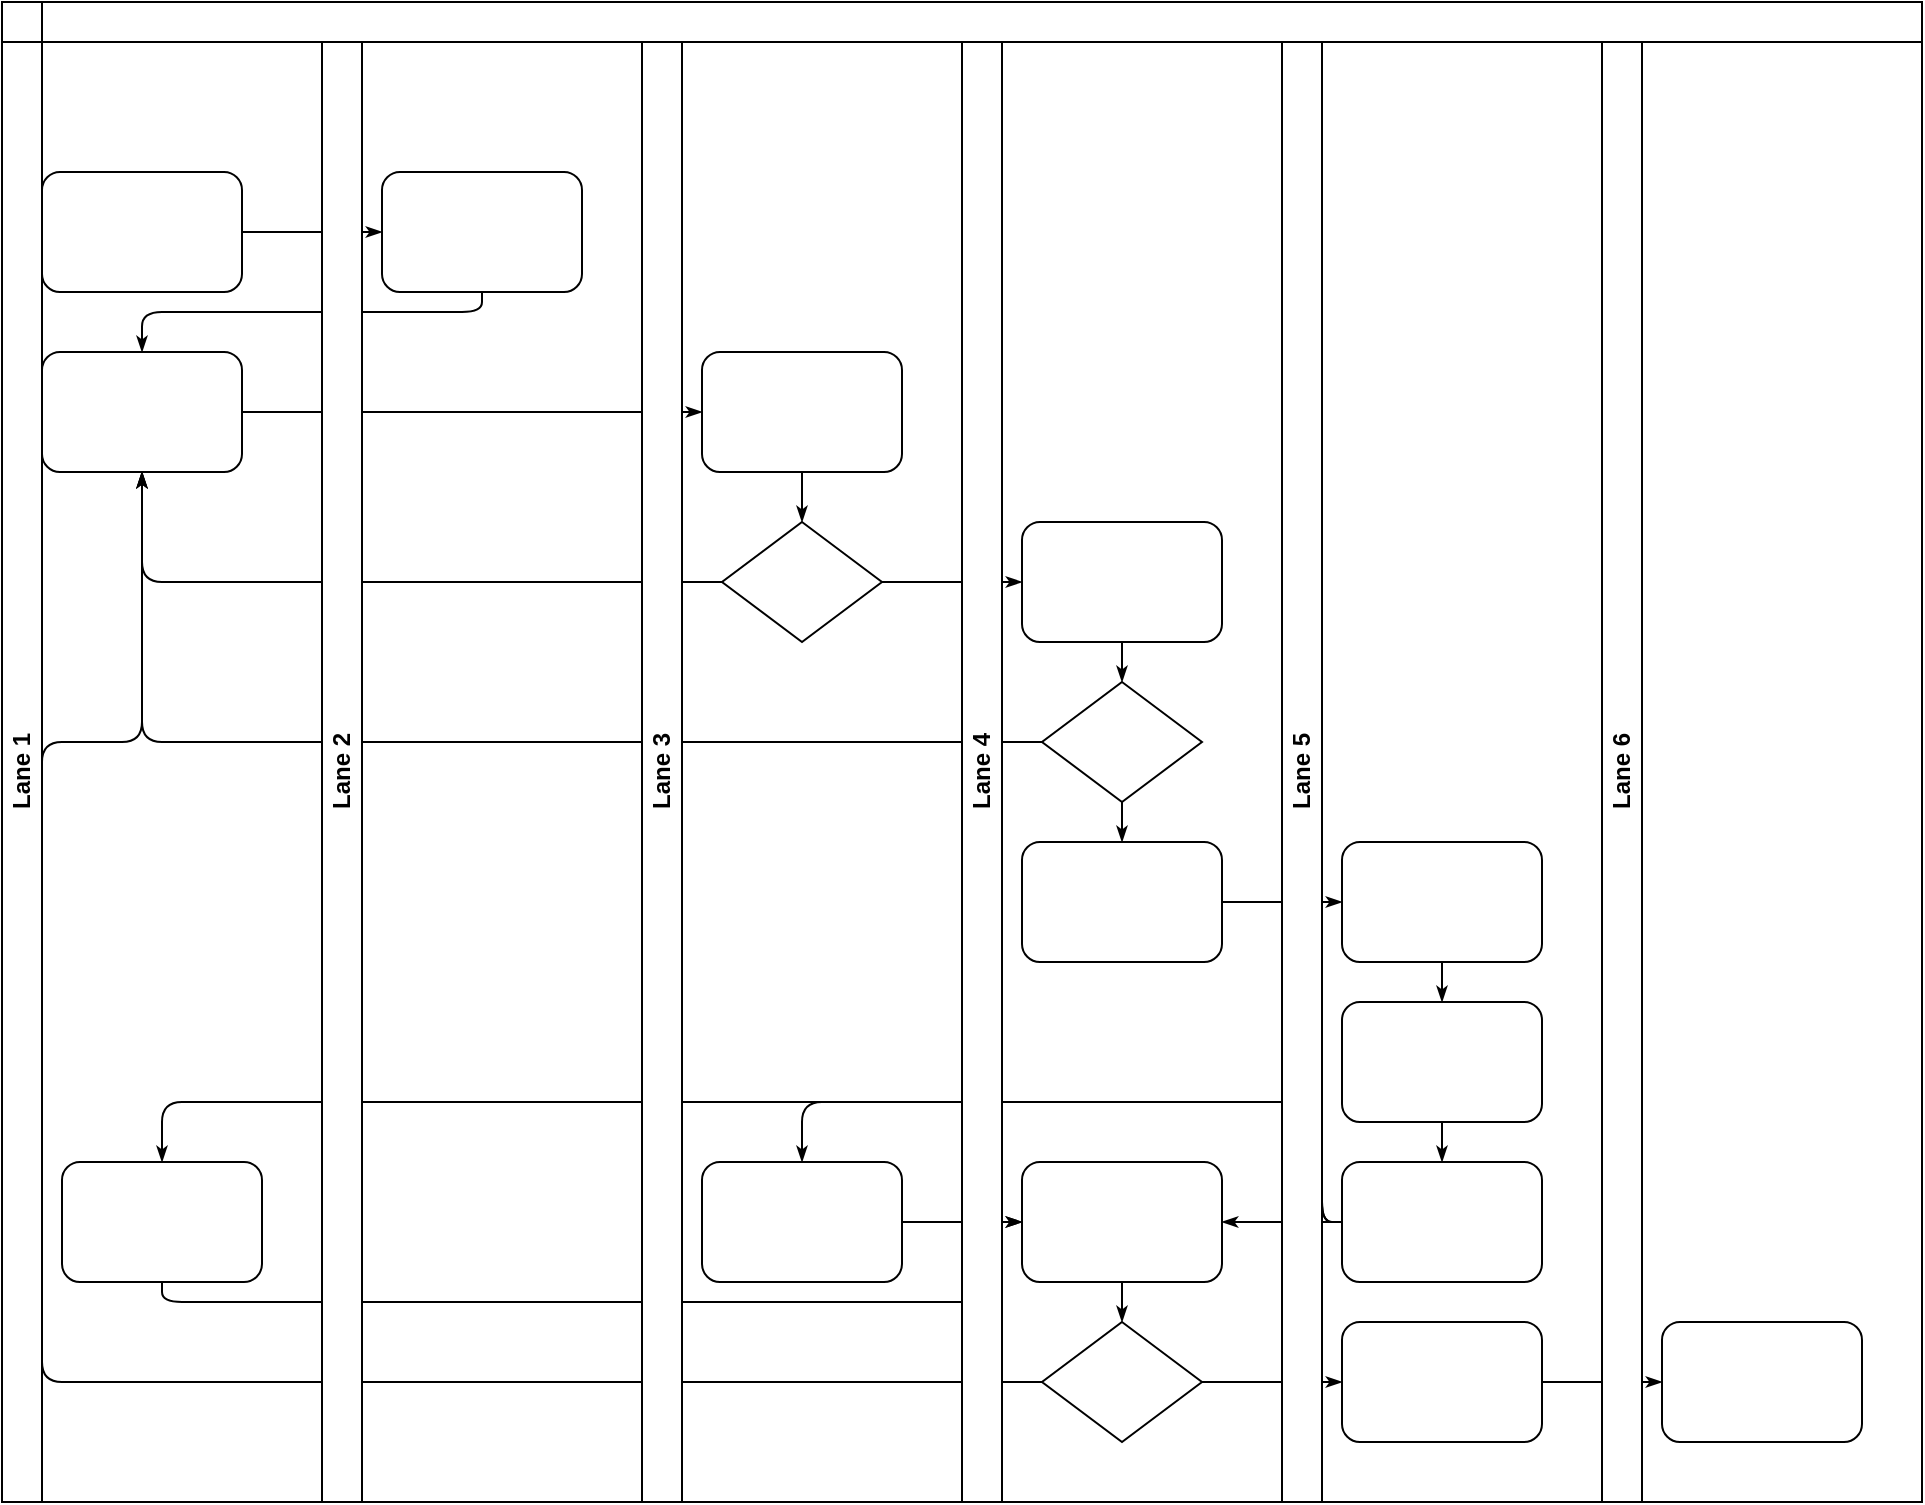
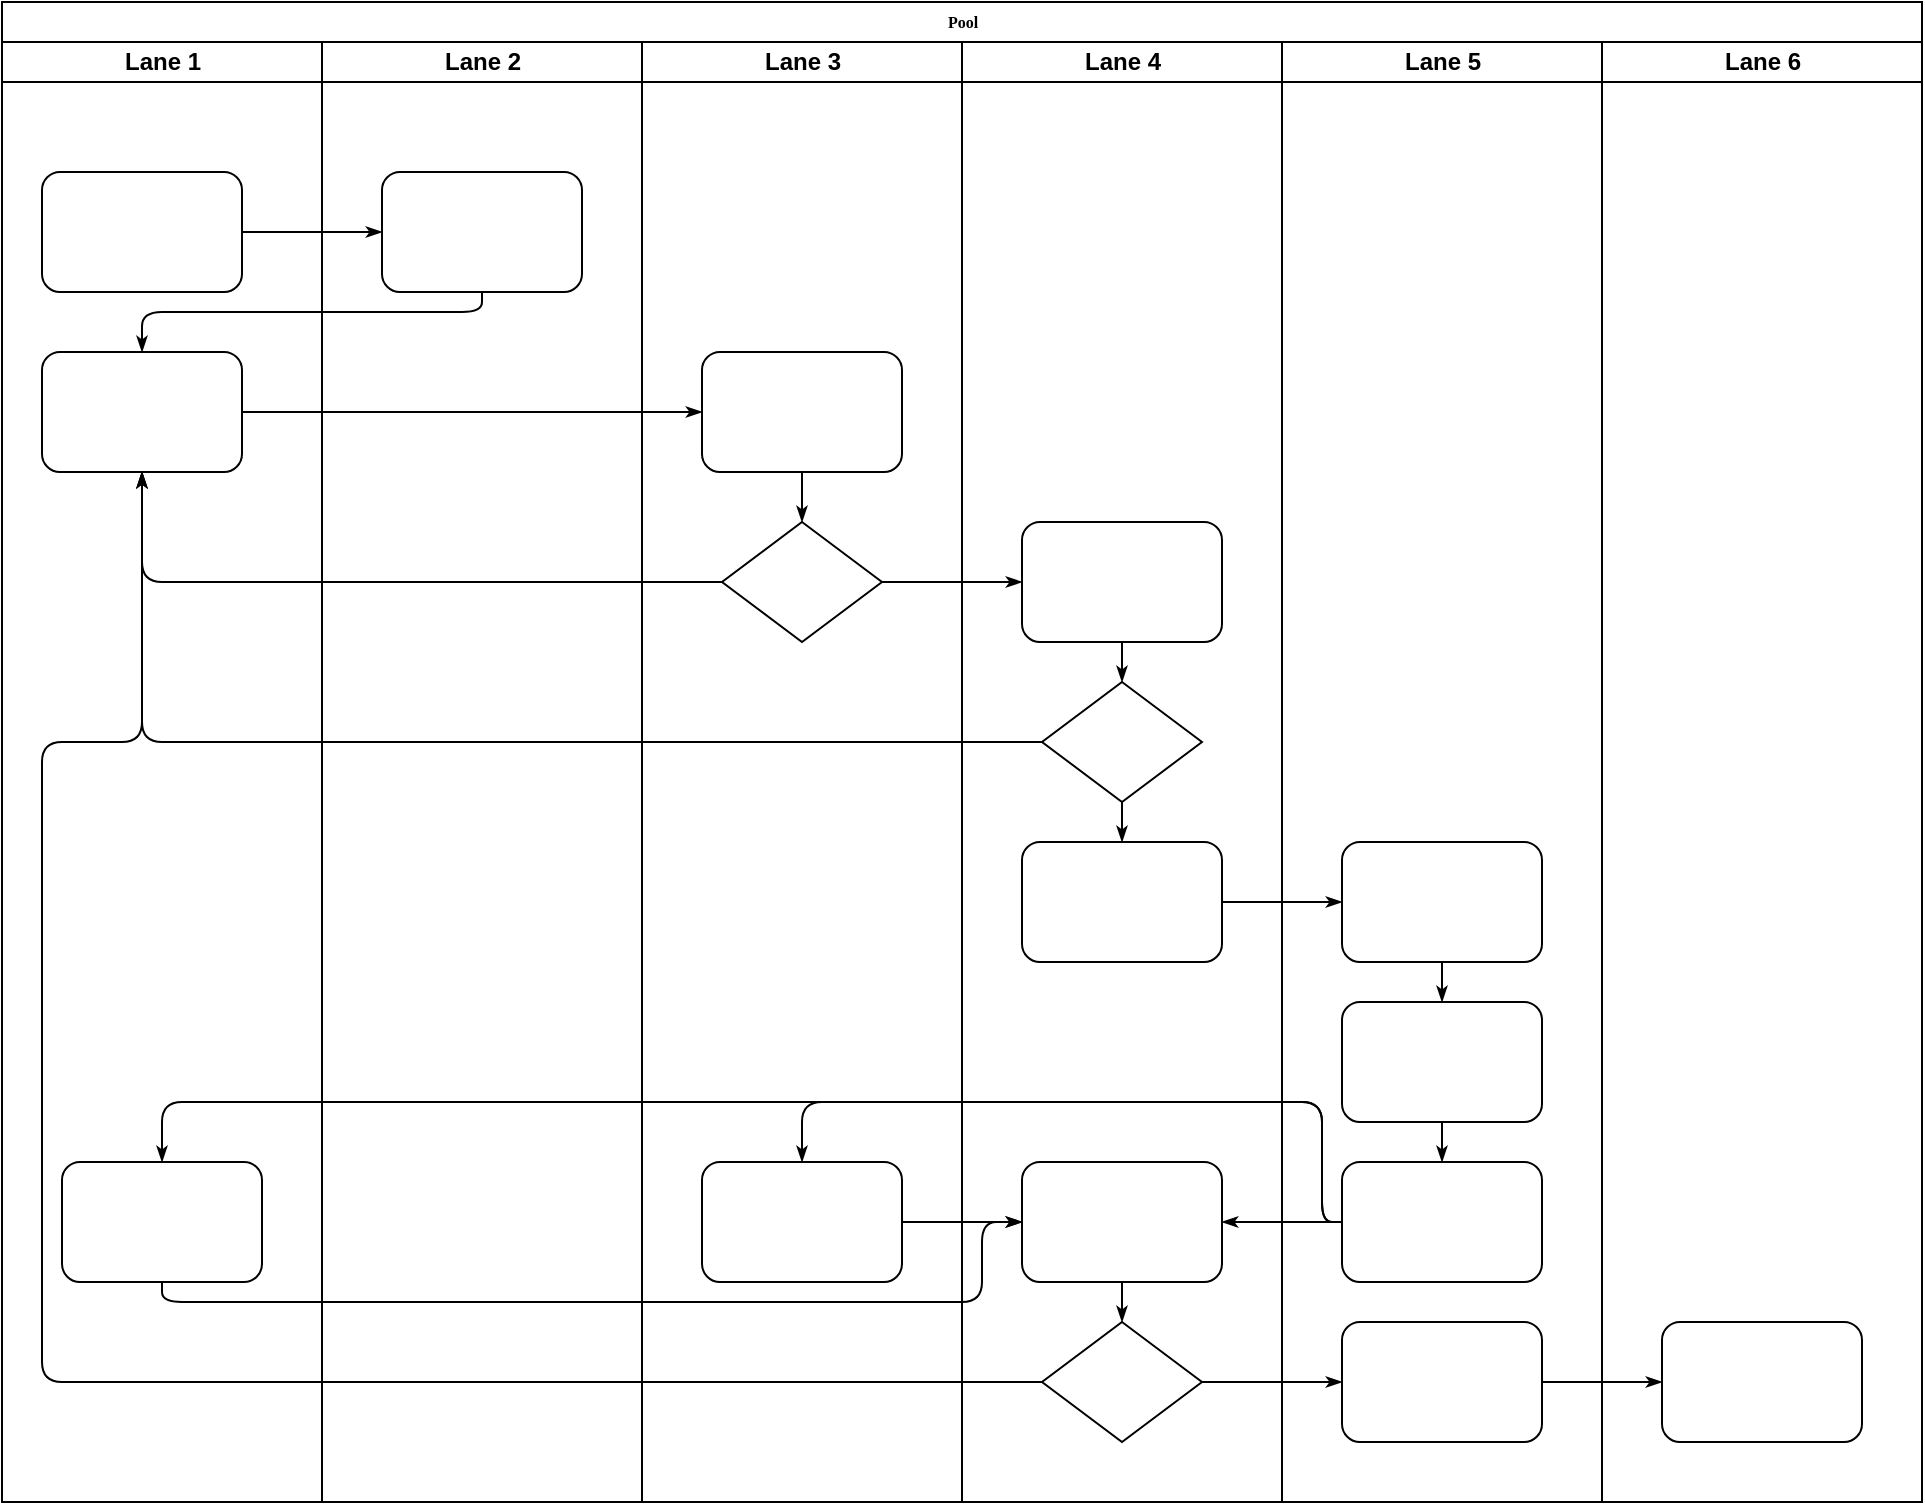
<mxfile host="localhost" modified="2021-05-13T06:26:17.307Z" agent="5.0 (Windows NT 10.0; Win64; x64) AppleWebKit/537.36 (KHTML, like Gecko) Chrome/90.0.4430.212 Safari/537.36" etag="BCXAXoKLO9oIDc7atNh_" version="@DRAWIO-VERSION@" type="device">
  <diagram name="Page-1" id="74e2e168-ea6b-b213-b513-2b3c1d86103e">
    <mxGraphModel dx="1408" dy="748" grid="1" gridSize="10" guides="1" tooltips="1" connect="1" arrows="1" fold="1" page="1" pageScale="1" pageWidth="1100" pageHeight="850" background="none" math="0" shadow="0">
      <root>
        <mxCell id="0" />
        <mxCell id="1" parent="0" />
-         <mxCell id="77e6c97f196da883-1" value="Pool" style="swimlane;html=1;childLayout=stackLayout;horizontal=0;startSize=20;horizontalStack=0;rounded=0;shadow=0;labelBackgroundColor=none;strokeWidth=1;fontFamily=Verdana;fontSize=8;align=center;" parent="1" vertex="1">
+         <mxCell id="77e6c97f196da883-1" value="Pool" style="swimlane;html=1;childLayout=stackLayout;horizontal=1;startSize=20;horizontalStack=0;rounded=0;shadow=0;labelBackgroundColor=none;strokeWidth=1;fontFamily=Verdana;fontSize=8;align=center;" parent="1" vertex="1">
          <mxGeometry x="70" y="40" width="960" height="750" as="geometry" />
        </mxCell>
-         <mxCell id="77e6c97f196da883-2" value="Lane 1" style="swimlane;html=1;startSize=20;horizontal=0;" parent="77e6c97f196da883-1" vertex="1">
+         <mxCell id="77e6c97f196da883-2" value="Lane 1" style="swimlane;html=1;startSize=20;horizontal=1;" parent="77e6c97f196da883-1" vertex="1">
          <mxGeometry y="20" width="160" height="730" as="geometry" />
        </mxCell>
        <mxCell id="77e6c97f196da883-8" value="" style="rounded=1;whiteSpace=wrap;html=1;shadow=0;labelBackgroundColor=none;strokeWidth=1;fontFamily=Verdana;fontSize=8;align=center;" parent="77e6c97f196da883-2" vertex="1">
          <mxGeometry x="20" y="65" width="100" height="60" as="geometry" />
        </mxCell>
        <mxCell id="77e6c97f196da883-9" value="" style="rounded=1;whiteSpace=wrap;html=1;shadow=0;labelBackgroundColor=none;strokeWidth=1;fontFamily=Verdana;fontSize=8;align=center;" parent="77e6c97f196da883-2" vertex="1">
          <mxGeometry x="20" y="155" width="100" height="60" as="geometry" />
        </mxCell>
        <mxCell id="77e6c97f196da883-10" value="" style="rounded=1;whiteSpace=wrap;html=1;shadow=0;labelBackgroundColor=none;strokeWidth=1;fontFamily=Verdana;fontSize=8;align=center;" parent="77e6c97f196da883-2" vertex="1">
          <mxGeometry x="30" y="560" width="100" height="60" as="geometry" />
        </mxCell>
        <mxCell id="77e6c97f196da883-26" style="edgeStyle=orthogonalEdgeStyle;rounded=1;html=1;labelBackgroundColor=none;startArrow=none;startFill=0;startSize=5;endArrow=classicThin;endFill=1;endSize=5;jettySize=auto;orthogonalLoop=1;strokeWidth=1;fontFamily=Verdana;fontSize=8" parent="77e6c97f196da883-1" source="77e6c97f196da883-8" target="77e6c97f196da883-11" edge="1">
          <mxGeometry relative="1" as="geometry" />
        </mxCell>
        <mxCell id="77e6c97f196da883-27" style="edgeStyle=orthogonalEdgeStyle;rounded=1;html=1;labelBackgroundColor=none;startArrow=none;startFill=0;startSize=5;endArrow=classicThin;endFill=1;endSize=5;jettySize=auto;orthogonalLoop=1;strokeWidth=1;fontFamily=Verdana;fontSize=8" parent="77e6c97f196da883-1" source="77e6c97f196da883-11" target="77e6c97f196da883-9" edge="1">
          <mxGeometry relative="1" as="geometry">
            <Array as="points">
              <mxPoint x="240" y="155" />
              <mxPoint x="70" y="155" />
            </Array>
          </mxGeometry>
        </mxCell>
        <mxCell id="77e6c97f196da883-28" style="edgeStyle=orthogonalEdgeStyle;rounded=1;html=1;labelBackgroundColor=none;startArrow=none;startFill=0;startSize=5;endArrow=classicThin;endFill=1;endSize=5;jettySize=auto;orthogonalLoop=1;strokeWidth=1;fontFamily=Verdana;fontSize=8" parent="77e6c97f196da883-1" source="77e6c97f196da883-9" target="77e6c97f196da883-12" edge="1">
          <mxGeometry relative="1" as="geometry" />
        </mxCell>
        <mxCell id="77e6c97f196da883-30" style="edgeStyle=orthogonalEdgeStyle;rounded=1;html=1;labelBackgroundColor=none;startArrow=none;startFill=0;startSize=5;endArrow=classicThin;endFill=1;endSize=5;jettySize=auto;orthogonalLoop=1;strokeWidth=1;fontFamily=Verdana;fontSize=8" parent="77e6c97f196da883-1" source="77e6c97f196da883-13" target="77e6c97f196da883-9" edge="1">
          <mxGeometry relative="1" as="geometry" />
        </mxCell>
        <mxCell id="77e6c97f196da883-31" style="edgeStyle=orthogonalEdgeStyle;rounded=1;html=1;labelBackgroundColor=none;startArrow=none;startFill=0;startSize=5;endArrow=classicThin;endFill=1;endSize=5;jettySize=auto;orthogonalLoop=1;strokeWidth=1;fontFamily=Verdana;fontSize=8" parent="77e6c97f196da883-1" source="77e6c97f196da883-16" target="77e6c97f196da883-9" edge="1">
          <mxGeometry relative="1" as="geometry" />
        </mxCell>
        <mxCell id="77e6c97f196da883-32" style="edgeStyle=orthogonalEdgeStyle;rounded=1;html=1;labelBackgroundColor=none;startArrow=none;startFill=0;startSize=5;endArrow=classicThin;endFill=1;endSize=5;jettySize=auto;orthogonalLoop=1;strokeWidth=1;fontFamily=Verdana;fontSize=8" parent="77e6c97f196da883-1" source="77e6c97f196da883-20" target="77e6c97f196da883-9" edge="1">
          <mxGeometry relative="1" as="geometry">
            <Array as="points">
              <mxPoint x="20" y="690" />
              <mxPoint x="20" y="370" />
              <mxPoint x="70" y="370" />
            </Array>
          </mxGeometry>
        </mxCell>
        <mxCell id="77e6c97f196da883-33" style="edgeStyle=orthogonalEdgeStyle;rounded=1;html=1;labelBackgroundColor=none;startArrow=none;startFill=0;startSize=5;endArrow=classicThin;endFill=1;endSize=5;jettySize=auto;orthogonalLoop=1;strokeWidth=1;fontFamily=Verdana;fontSize=8" parent="77e6c97f196da883-1" source="77e6c97f196da883-13" target="77e6c97f196da883-15" edge="1">
          <mxGeometry relative="1" as="geometry" />
        </mxCell>
        <mxCell id="77e6c97f196da883-39" style="edgeStyle=orthogonalEdgeStyle;rounded=1;html=1;labelBackgroundColor=none;startArrow=none;startFill=0;startSize=5;endArrow=classicThin;endFill=1;endSize=5;jettySize=auto;orthogonalLoop=1;strokeWidth=1;fontFamily=Verdana;fontSize=8" parent="77e6c97f196da883-1" source="77e6c97f196da883-20" target="77e6c97f196da883-23" edge="1">
          <mxGeometry relative="1" as="geometry" />
        </mxCell>
        <mxCell id="77e6c97f196da883-40" style="edgeStyle=orthogonalEdgeStyle;rounded=1;html=1;labelBackgroundColor=none;startArrow=none;startFill=0;startSize=5;endArrow=classicThin;endFill=1;endSize=5;jettySize=auto;orthogonalLoop=1;strokeWidth=1;fontFamily=Verdana;fontSize=8" parent="77e6c97f196da883-1" source="77e6c97f196da883-23" target="77e6c97f196da883-24" edge="1">
          <mxGeometry relative="1" as="geometry" />
        </mxCell>
        <mxCell id="107ba76e4e335f99-1" style="edgeStyle=orthogonalEdgeStyle;rounded=1;html=1;labelBackgroundColor=none;startArrow=none;startFill=0;startSize=5;endArrow=classicThin;endFill=1;endSize=5;jettySize=auto;orthogonalLoop=1;strokeWidth=1;fontFamily=Verdana;fontSize=8" parent="77e6c97f196da883-1" source="77e6c97f196da883-17" target="77e6c97f196da883-18" edge="1">
          <mxGeometry relative="1" as="geometry" />
        </mxCell>
        <mxCell id="107ba76e4e335f99-2" style="edgeStyle=orthogonalEdgeStyle;rounded=1;html=1;labelBackgroundColor=none;startArrow=none;startFill=0;startSize=5;endArrow=classicThin;endFill=1;endSize=5;jettySize=auto;orthogonalLoop=1;strokeWidth=1;fontFamily=Verdana;fontSize=8" parent="77e6c97f196da883-1" source="77e6c97f196da883-22" target="77e6c97f196da883-14" edge="1">
          <mxGeometry relative="1" as="geometry">
            <Array as="points">
              <mxPoint x="660" y="610" />
              <mxPoint x="660" y="550" />
              <mxPoint x="400" y="550" />
            </Array>
          </mxGeometry>
        </mxCell>
        <mxCell id="107ba76e4e335f99-3" style="edgeStyle=orthogonalEdgeStyle;rounded=1;html=1;labelBackgroundColor=none;startArrow=none;startFill=0;startSize=5;endArrow=classicThin;endFill=1;endSize=5;jettySize=auto;orthogonalLoop=1;strokeColor=#000000;strokeWidth=1;fontFamily=Verdana;fontSize=8;fontColor=#000000;" parent="77e6c97f196da883-1" source="77e6c97f196da883-22" target="77e6c97f196da883-19" edge="1">
          <mxGeometry relative="1" as="geometry" />
        </mxCell>
        <mxCell id="107ba76e4e335f99-4" style="edgeStyle=orthogonalEdgeStyle;rounded=1;html=1;labelBackgroundColor=none;startArrow=none;startFill=0;startSize=5;endArrow=classicThin;endFill=1;endSize=5;jettySize=auto;orthogonalLoop=1;strokeWidth=1;fontFamily=Verdana;fontSize=8" parent="77e6c97f196da883-1" source="77e6c97f196da883-22" target="77e6c97f196da883-10" edge="1">
          <mxGeometry relative="1" as="geometry">
            <Array as="points">
              <mxPoint x="660" y="610" />
              <mxPoint x="660" y="550" />
              <mxPoint x="80" y="550" />
            </Array>
          </mxGeometry>
        </mxCell>
        <mxCell id="107ba76e4e335f99-5" style="edgeStyle=orthogonalEdgeStyle;rounded=1;html=1;labelBackgroundColor=none;startArrow=none;startFill=0;startSize=5;endArrow=classicThin;endFill=1;endSize=5;jettySize=auto;orthogonalLoop=1;strokeWidth=1;fontFamily=Verdana;fontSize=8" parent="77e6c97f196da883-1" source="77e6c97f196da883-10" target="77e6c97f196da883-19" edge="1">
          <mxGeometry relative="1" as="geometry">
            <Array as="points">
              <mxPoint x="80" y="650" />
              <mxPoint x="490" y="650" />
              <mxPoint x="490" y="610" />
            </Array>
          </mxGeometry>
        </mxCell>
        <mxCell id="107ba76e4e335f99-6" style="edgeStyle=orthogonalEdgeStyle;rounded=1;html=1;labelBackgroundColor=none;startArrow=none;startFill=0;startSize=5;endArrow=classicThin;endFill=1;endSize=5;jettySize=auto;orthogonalLoop=1;strokeWidth=1;fontFamily=Verdana;fontSize=8" parent="77e6c97f196da883-1" source="77e6c97f196da883-14" target="77e6c97f196da883-19" edge="1">
          <mxGeometry relative="1" as="geometry" />
        </mxCell>
-         <mxCell id="77e6c97f196da883-3" value="Lane 2" style="swimlane;html=1;startSize=20;horizontal=0;" parent="77e6c97f196da883-1" vertex="1">
+         <mxCell id="77e6c97f196da883-3" value="Lane 2" style="swimlane;html=1;startSize=20;horizontal=1;" parent="77e6c97f196da883-1" vertex="1">
          <mxGeometry x="160" y="20" width="160" height="730" as="geometry" />
        </mxCell>
        <mxCell id="77e6c97f196da883-11" value="" style="rounded=1;whiteSpace=wrap;html=1;shadow=0;labelBackgroundColor=none;strokeWidth=1;fontFamily=Verdana;fontSize=8;align=center;" parent="77e6c97f196da883-3" vertex="1">
          <mxGeometry x="30" y="65" width="100" height="60" as="geometry" />
        </mxCell>
-         <mxCell id="77e6c97f196da883-4" value="Lane 3" style="swimlane;html=1;startSize=20;horizontal=0;" parent="77e6c97f196da883-1" vertex="1">
+         <mxCell id="77e6c97f196da883-4" value="Lane 3" style="swimlane;html=1;startSize=20;horizontal=1;" parent="77e6c97f196da883-1" vertex="1">
          <mxGeometry x="320" y="20" width="160" height="730" as="geometry" />
        </mxCell>
        <mxCell id="77e6c97f196da883-12" value="" style="rounded=1;whiteSpace=wrap;html=1;shadow=0;labelBackgroundColor=none;strokeWidth=1;fontFamily=Verdana;fontSize=8;align=center;" parent="77e6c97f196da883-4" vertex="1">
          <mxGeometry x="30" y="155" width="100" height="60" as="geometry" />
        </mxCell>
        <mxCell id="77e6c97f196da883-13" value="" style="rhombus;whiteSpace=wrap;html=1;rounded=0;shadow=0;labelBackgroundColor=none;strokeWidth=1;fontFamily=Verdana;fontSize=8;align=center;" parent="77e6c97f196da883-4" vertex="1">
          <mxGeometry x="40" y="240" width="80" height="60" as="geometry" />
        </mxCell>
        <mxCell id="77e6c97f196da883-14" value="" style="rounded=1;whiteSpace=wrap;html=1;shadow=0;labelBackgroundColor=none;strokeWidth=1;fontFamily=Verdana;fontSize=8;align=center;" parent="77e6c97f196da883-4" vertex="1">
          <mxGeometry x="30" y="560" width="100" height="60" as="geometry" />
        </mxCell>
        <mxCell id="77e6c97f196da883-29" style="edgeStyle=orthogonalEdgeStyle;rounded=1;html=1;labelBackgroundColor=none;startArrow=none;startFill=0;startSize=5;endArrow=classicThin;endFill=1;endSize=5;jettySize=auto;orthogonalLoop=1;strokeWidth=1;fontFamily=Verdana;fontSize=8" parent="77e6c97f196da883-4" source="77e6c97f196da883-12" target="77e6c97f196da883-13" edge="1">
          <mxGeometry relative="1" as="geometry" />
        </mxCell>
-         <mxCell id="77e6c97f196da883-5" value="Lane 4" style="swimlane;html=1;startSize=20;horizontal=0;" parent="77e6c97f196da883-1" vertex="1">
+         <mxCell id="77e6c97f196da883-5" value="Lane 4" style="swimlane;html=1;startSize=20;horizontal=1;" parent="77e6c97f196da883-1" vertex="1">
          <mxGeometry x="480" y="20" width="160" height="730" as="geometry" />
        </mxCell>
        <mxCell id="77e6c97f196da883-15" value="" style="rounded=1;whiteSpace=wrap;html=1;shadow=0;labelBackgroundColor=none;strokeWidth=1;fontFamily=Verdana;fontSize=8;align=center;" parent="77e6c97f196da883-5" vertex="1">
          <mxGeometry x="30" y="240" width="100" height="60" as="geometry" />
        </mxCell>
        <mxCell id="77e6c97f196da883-16" value="" style="rhombus;whiteSpace=wrap;html=1;rounded=0;shadow=0;labelBackgroundColor=none;strokeWidth=1;fontFamily=Verdana;fontSize=8;align=center;" parent="77e6c97f196da883-5" vertex="1">
          <mxGeometry x="40" y="320" width="80" height="60" as="geometry" />
        </mxCell>
        <mxCell id="77e6c97f196da883-17" value="" style="rounded=1;whiteSpace=wrap;html=1;shadow=0;labelBackgroundColor=none;strokeWidth=1;fontFamily=Verdana;fontSize=8;align=center;" parent="77e6c97f196da883-5" vertex="1">
          <mxGeometry x="30" y="400" width="100" height="60" as="geometry" />
        </mxCell>
        <mxCell id="77e6c97f196da883-19" value="" style="rounded=1;whiteSpace=wrap;html=1;shadow=0;labelBackgroundColor=none;strokeWidth=1;fontFamily=Verdana;fontSize=8;align=center;" parent="77e6c97f196da883-5" vertex="1">
          <mxGeometry x="30" y="560" width="100" height="60" as="geometry" />
        </mxCell>
        <mxCell id="77e6c97f196da883-20" value="" style="rhombus;whiteSpace=wrap;html=1;rounded=0;shadow=0;labelBackgroundColor=none;strokeWidth=1;fontFamily=Verdana;fontSize=8;align=center;" parent="77e6c97f196da883-5" vertex="1">
          <mxGeometry x="40" y="640" width="80" height="60" as="geometry" />
        </mxCell>
        <mxCell id="77e6c97f196da883-34" style="edgeStyle=orthogonalEdgeStyle;rounded=1;html=1;labelBackgroundColor=none;startArrow=none;startFill=0;startSize=5;endArrow=classicThin;endFill=1;endSize=5;jettySize=auto;orthogonalLoop=1;strokeColor=#000000;strokeWidth=1;fontFamily=Verdana;fontSize=8;fontColor=#000000;" parent="77e6c97f196da883-5" source="77e6c97f196da883-15" target="77e6c97f196da883-16" edge="1">
          <mxGeometry relative="1" as="geometry" />
        </mxCell>
        <mxCell id="77e6c97f196da883-35" style="edgeStyle=orthogonalEdgeStyle;rounded=1;html=1;labelBackgroundColor=none;startArrow=none;startFill=0;startSize=5;endArrow=classicThin;endFill=1;endSize=5;jettySize=auto;orthogonalLoop=1;strokeWidth=1;fontFamily=Verdana;fontSize=8" parent="77e6c97f196da883-5" source="77e6c97f196da883-16" target="77e6c97f196da883-17" edge="1">
          <mxGeometry relative="1" as="geometry" />
        </mxCell>
        <mxCell id="77e6c97f196da883-36" style="edgeStyle=orthogonalEdgeStyle;rounded=1;html=1;labelBackgroundColor=none;startArrow=none;startFill=0;startSize=5;endArrow=classicThin;endFill=1;endSize=5;jettySize=auto;orthogonalLoop=1;strokeWidth=1;fontFamily=Verdana;fontSize=8" parent="77e6c97f196da883-5" source="77e6c97f196da883-19" target="77e6c97f196da883-20" edge="1">
          <mxGeometry relative="1" as="geometry" />
        </mxCell>
-         <mxCell id="77e6c97f196da883-6" value="Lane 5" style="swimlane;html=1;startSize=20;horizontal=0;" parent="77e6c97f196da883-1" vertex="1">
+         <mxCell id="77e6c97f196da883-6" value="Lane 5" style="swimlane;html=1;startSize=20;horizontal=1;" parent="77e6c97f196da883-1" vertex="1">
          <mxGeometry x="640" y="20" width="160" height="730" as="geometry" />
        </mxCell>
        <mxCell id="77e6c97f196da883-18" value="" style="rounded=1;whiteSpace=wrap;html=1;shadow=0;labelBackgroundColor=none;strokeWidth=1;fontFamily=Verdana;fontSize=8;align=center;" parent="77e6c97f196da883-6" vertex="1">
          <mxGeometry x="30" y="400" width="100" height="60" as="geometry" />
        </mxCell>
        <mxCell id="77e6c97f196da883-21" value="" style="rounded=1;whiteSpace=wrap;html=1;shadow=0;labelBackgroundColor=none;strokeWidth=1;fontFamily=Verdana;fontSize=8;align=center;" parent="77e6c97f196da883-6" vertex="1">
          <mxGeometry x="30" y="480" width="100" height="60" as="geometry" />
        </mxCell>
        <mxCell id="77e6c97f196da883-22" value="" style="rounded=1;whiteSpace=wrap;html=1;shadow=0;labelBackgroundColor=none;strokeWidth=1;fontFamily=Verdana;fontSize=8;align=center;" parent="77e6c97f196da883-6" vertex="1">
          <mxGeometry x="30" y="560" width="100" height="60" as="geometry" />
        </mxCell>
        <mxCell id="77e6c97f196da883-23" value="" style="rounded=1;whiteSpace=wrap;html=1;shadow=0;labelBackgroundColor=none;strokeWidth=1;fontFamily=Verdana;fontSize=8;align=center;" parent="77e6c97f196da883-6" vertex="1">
          <mxGeometry x="30" y="640" width="100" height="60" as="geometry" />
        </mxCell>
        <mxCell id="77e6c97f196da883-37" style="edgeStyle=orthogonalEdgeStyle;rounded=1;html=1;labelBackgroundColor=none;startArrow=none;startFill=0;startSize=5;endArrow=classicThin;endFill=1;endSize=5;jettySize=auto;orthogonalLoop=1;strokeWidth=1;fontFamily=Verdana;fontSize=8" parent="77e6c97f196da883-6" source="77e6c97f196da883-18" target="77e6c97f196da883-21" edge="1">
          <mxGeometry relative="1" as="geometry" />
        </mxCell>
        <mxCell id="77e6c97f196da883-38" style="edgeStyle=orthogonalEdgeStyle;rounded=1;html=1;labelBackgroundColor=none;startArrow=none;startFill=0;startSize=5;endArrow=classicThin;endFill=1;endSize=5;jettySize=auto;orthogonalLoop=1;strokeWidth=1;fontFamily=Verdana;fontSize=8" parent="77e6c97f196da883-6" source="77e6c97f196da883-21" target="77e6c97f196da883-22" edge="1">
          <mxGeometry relative="1" as="geometry" />
        </mxCell>
-         <mxCell id="77e6c97f196da883-7" value="Lane 6" style="swimlane;html=1;startSize=20;horizontal=0;" parent="77e6c97f196da883-1" vertex="1">
+         <mxCell id="77e6c97f196da883-7" value="Lane 6" style="swimlane;html=1;startSize=20;horizontal=1;" parent="77e6c97f196da883-1" vertex="1">
          <mxGeometry x="800" y="20" width="160" height="730" as="geometry" />
        </mxCell>
        <mxCell id="77e6c97f196da883-24" value="" style="rounded=1;whiteSpace=wrap;html=1;shadow=0;labelBackgroundColor=none;strokeWidth=1;fontFamily=Verdana;fontSize=8;align=center;" parent="77e6c97f196da883-7" vertex="1">
          <mxGeometry x="30" y="640" width="100" height="60" as="geometry" />
        </mxCell>
      </root>
    </mxGraphModel>
  </diagram>
</mxfile>
